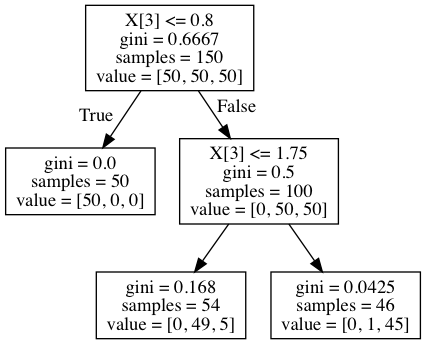
Earlier version of the Graphviz export tree_2.png (DLA94/Pattern-Mining-Rule-Extraction). Its source is kept beside it as tree_2.dot. Source of this version:
```dot
digraph Tree {
node [shape=box] ;
0 [label="X[3] <= 0.8\ngini = 0.6667\nsamples = 150\nvalue = [50, 50, 50]"] ;
1 [label="gini = 0.0\nsamples = 50\nvalue = [50, 0, 0]"] ;
0 -> 1 [labeldistance=2.5, labelangle=45, headlabel="True"] ;
2 [label="X[3] <= 1.75\ngini = 0.5\nsamples = 100\nvalue = [0, 50, 50]"] ;
0 -> 2 [labeldistance=2.5, labelangle=-45, headlabel="False"] ;
3 [label="gini = 0.168\nsamples = 54\nvalue = [0, 49, 5]"] ;
2 -> 3 ;
4 [label="gini = 0.0425\nsamples = 46\nvalue = [0, 1, 45]"] ;
2 -> 4 ;
}
```
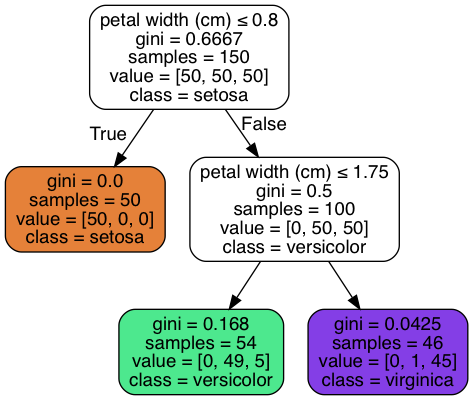
The same file after the commit.

Change to the diagram source:
```diff
@@ -1,12 +1,13 @@
 digraph Tree {
-node [shape=box] ;
-0 [label="X[3] <= 0.8\ngini = 0.6667\nsamples = 150\nvalue = [50, 50, 50]"] ;
-1 [label="gini = 0.0\nsamples = 50\nvalue = [50, 0, 0]"] ;
+node [shape=box, style="filled, rounded", color="black", fontname=helvetica] ;
+edge [fontname=helvetica] ;
+0 [label=<petal width (cm) &le; 0.8<br/>gini = 0.6667<br/>samples = 150<br/>value = [50, 50, 50]<br/>class = setosa>, fillcolor="#e5813900"] ;
+1 [label=<gini = 0.0<br/>samples = 50<br/>value = [50, 0, 0]<br/>class = setosa>, fillcolor="#e58139ff"] ;
 0 -> 1 [labeldistance=2.5, labelangle=45, headlabel="True"] ;
-2 [label="X[3] <= 1.75\ngini = 0.5\nsamples = 100\nvalue = [0, 50, 50]"] ;
+2 [label=<petal width (cm) &le; 1.75<br/>gini = 0.5<br/>samples = 100<br/>value = [0, 50, 50]<br/>class = versicolor>, fillcolor="#39e58100"] ;
 0 -> 2 [labeldistance=2.5, labelangle=-45, headlabel="False"] ;
-3 [label="gini = 0.168\nsamples = 54\nvalue = [0, 49, 5]"] ;
+3 [label=<gini = 0.168<br/>samples = 54<br/>value = [0, 49, 5]<br/>class = versicolor>, fillcolor="#39e581e5"] ;
 2 -> 3 ;
-4 [label="gini = 0.0425\nsamples = 46\nvalue = [0, 1, 45]"] ;
+4 [label=<gini = 0.0425<br/>samples = 46<br/>value = [0, 1, 45]<br/>class = virginica>, fillcolor="#8139e5f9"] ;
 2 -> 4 ;
 }
```
